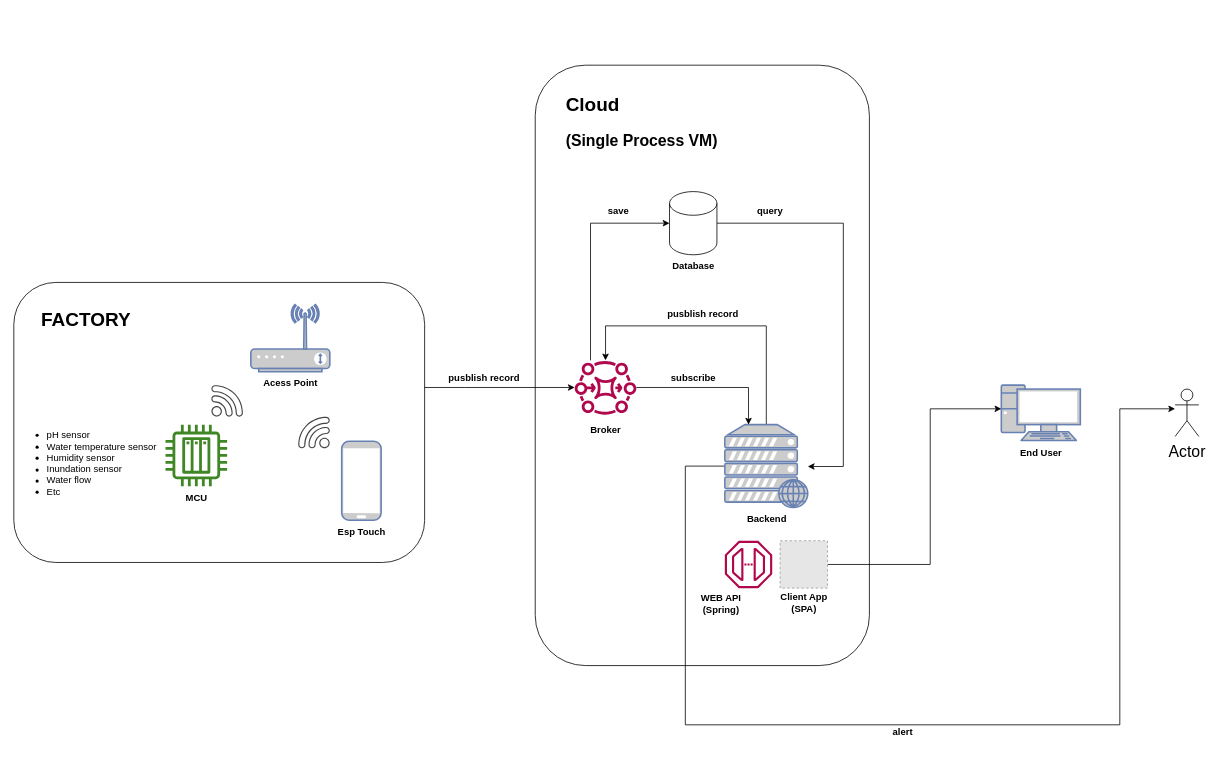
This is Diagrams/PS Architecture.drawio from MiguelRocha2001/PS-Monitor-IoT-System, a draw.io file, before an edit. Source tidied: cells renumbered, new cells numbered last; positions are measured from the earlier drawing's top-left corner, leaving out a move shared by most shapes. Both pictures are drawn from the tidied source at 79%, with x=0, y=0 at pixel (13, 65). Pictures stored in the file or linked from it are replaced by grey dashed boxes.
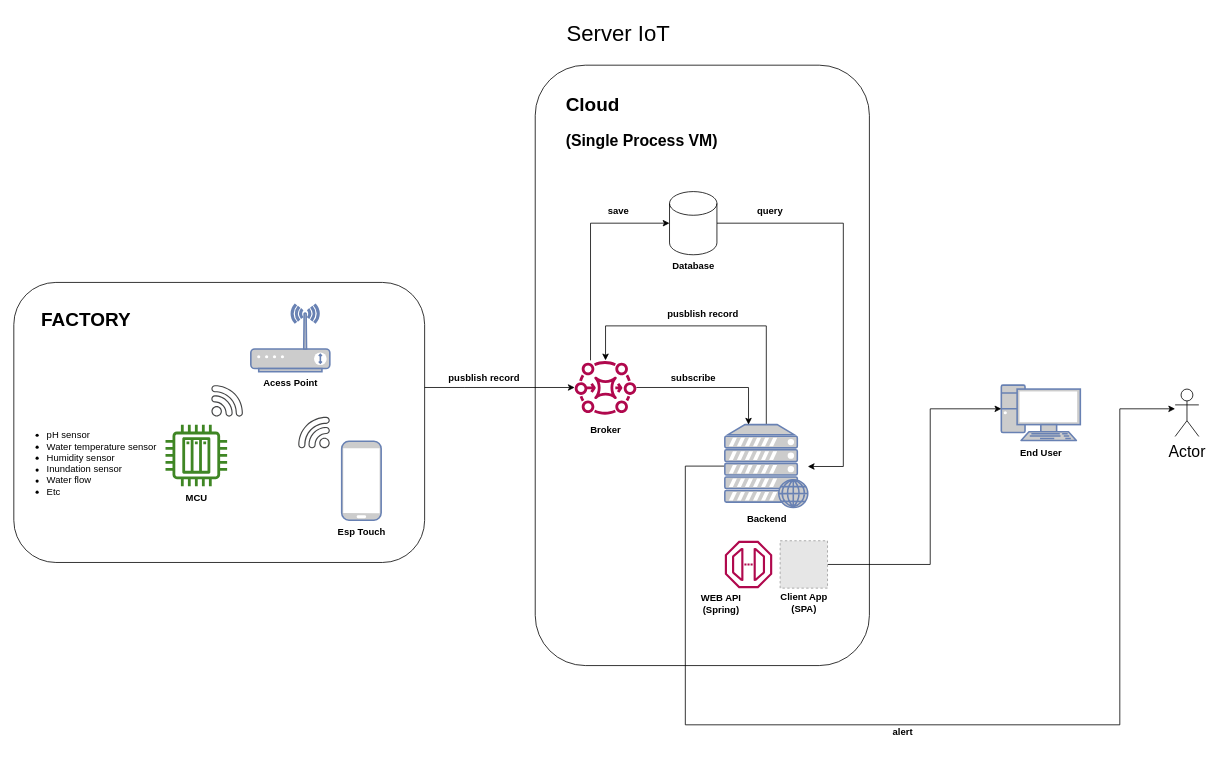
The same page after the edit.

What changed in the source:
```diff
@@
+    <mxCell id="41" value="Server IoT" style="text;html=1;align=center;verticalAlign=middle;strokeColor=none;fillColor=none;fontSize=28;" parent="1" vertex="1">
+      <mxGeometry x="690" y="-65" width="150" height="50" as="geometry" />
+    </mxCell>
```
